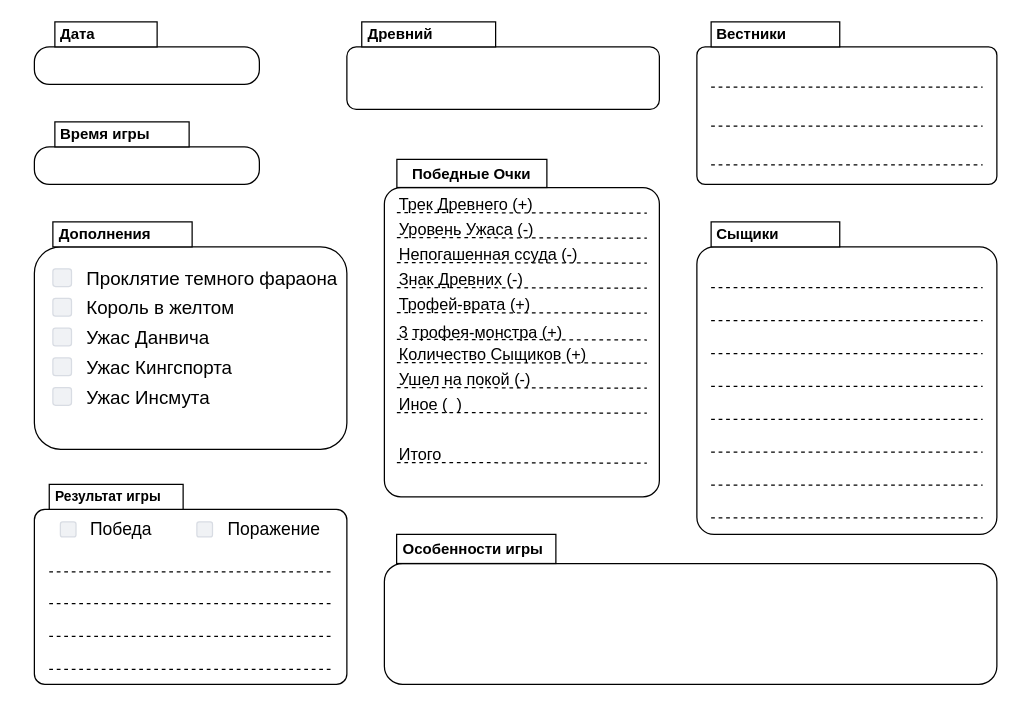
amatskevich/drawio_arkham keeps this draw.io diagram as Arkham_Horror(4).drawio. Above is the earlier version. Source tidied: cells renumbered, new cells numbered last; positions are measured from the earlier drawing's top-left corner, leaving out a move shared by most shapes. Both pictures are drawn from the tidied source at 125%, with x=0, y=0 at pixel (34, 21).
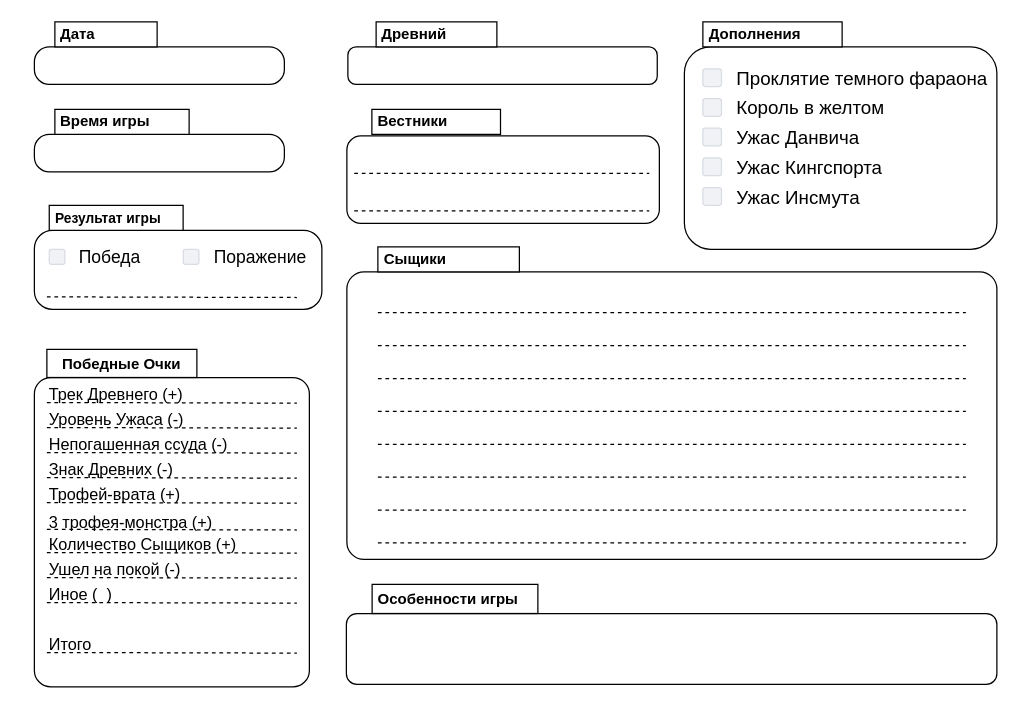
After the change.

Change to the diagram source:
```diff
@@
     <mxCell id="2" style="group;spacingLeft=0;" parent="1" vertex="1">
-      <mxGeometry x="250" width="250" height="70" as="geometry" />
+      <mxGeometry x="240" width="269" height="70" as="geometry" />
     </mxCell>
-    <mxCell id="3" style="rounded=1;whiteSpace=wrap;html=1;" parent="2" vertex="1">
-      <mxGeometry y="20" width="250" height="50" as="geometry" />
+    <mxCell id="3" style="rounded=1;whiteSpace=wrap;html=1;arcSize=22;" parent="2" vertex="1">
+      <mxGeometry x="10.8" y="20" width="247.5" height="30" as="geometry" />
     </mxCell>
     <mxCell id="4" value="&lt;font style=&quot;font-size: 12px&quot;&gt;&lt;b&gt;Древний&lt;br&gt;&lt;/b&gt;&lt;/font&gt;" style="rounded=0;whiteSpace=wrap;html=1;fontSize=11;align=left;spacingLeft=3;" parent="2" vertex="1">
-      <mxGeometry x="11.9" width="107.1" height="20" as="geometry" />
+      <mxGeometry x="33.4" width="96.6" height="20" as="geometry" />
     </mxCell>
     <mxCell id="5" style="group;" parent="1" vertex="1">
-      <mxGeometry y="80" width="180" height="50" as="geometry" />
+      <mxGeometry y="70" width="200" height="50" as="geometry" />
     </mxCell>
     <mxCell id="6" style="rounded=1;whiteSpace=wrap;html=1;arcSize=40;" parent="5" vertex="1">
-      <mxGeometry y="20" width="180" height="30" as="geometry" />
+      <mxGeometry y="20" width="200" height="30" as="geometry" />
     </mxCell>
@@
     <mxCell id="8" style="group;" parent="1" vertex="1">
-      <mxGeometry width="180" height="50" as="geometry" />
+      <mxGeometry width="220" height="50" as="geometry" />
     </mxCell>
     <mxCell id="9" style="rounded=1;whiteSpace=wrap;html=1;arcSize=40;" parent="8" vertex="1">
-      <mxGeometry y="20" width="180" height="30" as="geometry" />
+      <mxGeometry y="20" width="200" height="30" as="geometry" />
     </mxCell>
@@
     <mxCell id="11" style="group;spacingLeft=0;" parent="1" vertex="1">
-      <mxGeometry x="530" y="160" width="240" height="250" as="geometry" />
+      <mxGeometry x="250" y="180" width="520" height="250" as="geometry" />
     </mxCell>
     <mxCell id="12" style="rounded=1;whiteSpace=wrap;html=1;arcSize=6;" parent="11" vertex="1">
-      <mxGeometry y="20" width="240" height="230" as="geometry" />
+      <mxGeometry y="20" width="520" height="230" as="geometry" />
     </mxCell>
     <mxCell id="13" value="&lt;font style=&quot;font-size: 12px&quot;&gt;&lt;b&gt;Сыщики&lt;/b&gt;&lt;/font&gt;" style="rounded=0;whiteSpace=wrap;html=1;fontSize=11;align=left;spacingLeft=3;" parent="11" vertex="1">
-      <mxGeometry x="11.4" width="102.9" height="20" as="geometry" />
+      <mxGeometry x="24.8" width="113.2" height="20" as="geometry" />
     </mxCell>
     <mxCell id="14" style="endArrow=none;dashed=1;html=1;rounded=0;fontSize=12;" parent="11" edge="1">
       <mxGeometry relative="1" as="geometry">
-        <mxPoint x="11.4" y="52.6" as="sourcePoint" />
-        <mxPoint x="228.6" y="52.6" as="targetPoint" />
+        <mxPoint x="24.8" y="52.6" as="sourcePoint" />
+        <mxPoint x="495.2" y="52.6" as="targetPoint" />
       </mxGeometry>
     </mxCell>
     <mxCell id="15" style="endArrow=none;dashed=1;html=1;rounded=0;fontSize=12;" parent="11" edge="1">
       <mxGeometry relative="1" as="geometry">
-        <mxPoint x="11.4" y="78.9" as="sourcePoint" />
-        <mxPoint x="228.6" y="78.9" as="targetPoint" />
+        <mxPoint x="24.8" y="78.9" as="sourcePoint" />
+        <mxPoint x="495.2" y="78.9" as="targetPoint" />
       </mxGeometry>
     </mxCell>
     <mxCell id="16" style="endArrow=none;dashed=1;html=1;rounded=0;fontSize=12;" parent="11" edge="1">
       <mxGeometry relative="1" as="geometry">
-        <mxPoint x="11.4" y="105.3" as="sourcePoint" />
-        <mxPoint x="228.6" y="105.3" as="targetPoint" />
+        <mxPoint x="24.8" y="105.3" as="sourcePoint" />
+        <mxPoint x="495.2" y="105.3" as="targetPoint" />
       </mxGeometry>
     </mxCell>
     <mxCell id="17" style="endArrow=none;dashed=1;html=1;rounded=0;fontSize=12;" parent="11" edge="1">
       <mxGeometry relative="1" as="geometry">
-        <mxPoint x="11.4" y="131.6" as="sourcePoint" />
-        <mxPoint x="228.6" y="131.6" as="targetPoint" />
+        <mxPoint x="24.8" y="131.6" as="sourcePoint" />
+        <mxPoint x="495.2" y="131.6" as="targetPoint" />
       </mxGeometry>
     </mxCell>
     <mxCell id="18" style="endArrow=none;dashed=1;html=1;rounded=0;fontSize=12;" parent="11" edge="1">
       <mxGeometry relative="1" as="geometry">
-        <mxPoint x="11.4" y="157.9" as="sourcePoint" />
-        <mxPoint x="228.6" y="157.9" as="targetPoint" />
+        <mxPoint x="24.8" y="157.9" as="sourcePoint" />
+        <mxPoint x="495.2" y="157.9" as="targetPoint" />
       </mxGeometry>
     </mxCell>
     <mxCell id="19" style="endArrow=none;dashed=1;html=1;rounded=0;fontSize=12;" parent="11" edge="1">
       <mxGeometry relative="1" as="geometry">
-        <mxPoint x="11.4" y="184.2" as="sourcePoint" />
-        <mxPoint x="228.6" y="184.2" as="targetPoint" />
+        <mxPoint x="24.8" y="184.2" as="sourcePoint" />
+        <mxPoint x="495.2" y="184.2" as="targetPoint" />
       </mxGeometry>
     </mxCell>
     <mxCell id="20" style="endArrow=none;dashed=1;html=1;rounded=0;fontSize=12;" parent="11" edge="1">
       <mxGeometry relative="1" as="geometry">
-        <mxPoint x="11.4" y="210.5" as="sourcePoint" />
-        <mxPoint x="228.6" y="210.5" as="targetPoint" />
+        <mxPoint x="24.8" y="210.5" as="sourcePoint" />
+        <mxPoint x="495.2" y="210.5" as="targetPoint" />
       </mxGeometry>
     </mxCell>
     <mxCell id="21" style="endArrow=none;dashed=1;html=1;rounded=0;fontSize=12;" parent="11" edge="1">
       <mxGeometry relative="1" as="geometry">
-        <mxPoint x="11.4" y="236.8" as="sourcePoint" />
-        <mxPoint x="228.6" y="236.8" as="targetPoint" />
+        <mxPoint x="24.8" y="236.8" as="sourcePoint" />
+        <mxPoint x="495.2" y="236.8" as="targetPoint" />
       </mxGeometry>
     </mxCell>
     <mxCell id="22" style="group;" parent="1" vertex="1">
-      <mxGeometry x="270" y="110" width="240" height="270" as="geometry" />
+      <mxGeometry x="-10" y="262" width="240" height="270" as="geometry" />
     </mxCell>
@@
     <mxCell id="56" style="group;" parent="1" vertex="1">
-      <mxGeometry x="280" y="410" width="490" height="120" as="geometry" />
+      <mxGeometry x="260" y="410" width="510" height="120" as="geometry" />
     </mxCell>
     <mxCell id="57" style="rounded=1;whiteSpace=wrap;html=1;" parent="56" vertex="1">
-      <mxGeometry y="23.3" width="490" height="96.7" as="geometry" />
+      <mxGeometry x="-10.4" y="63.3" width="520.4" height="56.7" as="geometry" />
     </mxCell>
     <mxCell id="58" value="&lt;font style=&quot;font-size: 12px&quot;&gt;&lt;b&gt;Особенности игры&lt;br&gt;&lt;/b&gt;&lt;/font&gt;" style="rounded=0;whiteSpace=wrap;html=1;fontSize=11;align=left;spacingLeft=3;" parent="56" vertex="1">
-      <mxGeometry x="9.8" width="127.4" height="23.3" as="geometry" />
+      <mxGeometry x="10.2" y="40" width="132.6" height="23.3" as="geometry" />
     </mxCell>
-    <mxCell id="59" style="group;" parent="1" vertex="1">
-      <mxGeometry y="150" width="250" height="191.9" as="geometry" />
-    </mxCell>
+    <mxCell id="74" style="rounded=1;whiteSpace=wrap;html=1;arcSize=23;" parent="1" vertex="1">
+      <mxGeometry y="166.8" width="230" height="63.2" as="geometry" />
+    </mxCell>
+    <mxCell id="75" value="&lt;b&gt;Результат игры&lt;/b&gt;" style="rounded=0;whiteSpace=wrap;html=1;fontSize=11;align=left;spacingLeft=3;" parent="1" vertex="1">
+      <mxGeometry x="11.9" y="146.8" width="107.1" height="20" as="geometry" />
+    </mxCell>
+    <mxCell id="79" value="&lt;font style=&quot;font-size: 14px&quot;&gt;Победа&lt;/font&gt;" style="rounded=1;fillColor=#F0F2F5;strokeColor=#D8DCE3;align=left;verticalAlign=middle;fontStyle=0;fontSize=12;labelPosition=right;verticalLabelPosition=middle;spacingLeft=10;html=1;shadow=0;dashed=0;" parent="1" vertex="1">
+      <mxGeometry x="11.9" y="181.9" width="12.5" height="12" as="geometry" />
+    </mxCell>
+    <mxCell id="80" value="&lt;font style=&quot;font-size: 14px&quot;&gt;Поражение&lt;/font&gt;" style="rounded=1;fillColor=#F0F2F5;strokeColor=#D8DCE3;align=left;verticalAlign=middle;fontStyle=0;fontSize=12;labelPosition=right;verticalLabelPosition=middle;spacingLeft=10;html=1;shadow=0;dashed=0;" parent="1" vertex="1">
+      <mxGeometry x="119.1" y="181.9" width="12.5" height="12" as="geometry" />
+    </mxCell>
-    <mxCell id="60" style="rounded=1;whiteSpace=wrap;html=1;arcSize=13;" parent="59" vertex="1">
-      <mxGeometry y="30" width="250" height="161.9" as="geometry" />
+    <mxCell id="60" style="rounded=1;whiteSpace=wrap;html=1;arcSize=13;" parent="1" vertex="1">
+      <mxGeometry x="520" y="20" width="250" height="161.9" as="geometry" />
     </mxCell>
-    <mxCell id="61" value="&lt;font style=&quot;font-size: 12px&quot;&gt;&lt;b&gt;Дополнения&lt;/b&gt;&lt;/font&gt;" style="rounded=0;whiteSpace=wrap;html=1;fontSize=11;align=left;spacingLeft=3;" parent="59" vertex="1">
-      <mxGeometry x="14.8" y="10" width="111.4" height="20" as="geometry" />
+    <mxCell id="61" value="&lt;font style=&quot;font-size: 12px&quot;&gt;&lt;b&gt;Дополнения&lt;/b&gt;&lt;/font&gt;" style="rounded=0;whiteSpace=wrap;html=1;fontSize=11;align=left;spacingLeft=3;" parent="1" vertex="1">
+      <mxGeometry x="534.8" width="111.4" height="20" as="geometry" />
     </mxCell>
-    <mxCell id="62" value="Проклятие темного фараона" style="rounded=1;fillColor=#F0F2F5;strokeColor=#D8DCE3;align=left;verticalAlign=middle;fontStyle=0;fontSize=15;labelPosition=right;verticalLabelPosition=middle;spacingLeft=10;html=1;shadow=0;dashed=0;" parent="59" vertex="1">
-      <mxGeometry x="14.8" y="47.5" width="14.9" height="14.2" as="geometry" />
+    <mxCell id="62" value="Проклятие темного фараона" style="rounded=1;fillColor=#F0F2F5;strokeColor=#D8DCE3;align=left;verticalAlign=middle;fontStyle=0;fontSize=15;labelPosition=right;verticalLabelPosition=middle;spacingLeft=10;html=1;shadow=0;dashed=0;" parent="1" vertex="1">
+      <mxGeometry x="534.8" y="37.5" width="14.9" height="14.2" as="geometry" />
     </mxCell>
-    <mxCell id="63" value="Король в желтом" style="rounded=1;fillColor=#F0F2F5;strokeColor=#D8DCE3;align=left;verticalAlign=middle;fontStyle=0;fontSize=15;labelPosition=right;verticalLabelPosition=middle;spacingLeft=10;html=1;shadow=0;dashed=0;" parent="59" vertex="1">
-      <mxGeometry x="14.8" y="71.2" width="14.9" height="14.2" as="geometry" />
+    <mxCell id="63" value="Король в желтом" style="rounded=1;fillColor=#F0F2F5;strokeColor=#D8DCE3;align=left;verticalAlign=middle;fontStyle=0;fontSize=15;labelPosition=right;verticalLabelPosition=middle;spacingLeft=10;html=1;shadow=0;dashed=0;" parent="1" vertex="1">
+      <mxGeometry x="534.8" y="61.3" width="14.9" height="14.2" as="geometry" />
     </mxCell>
-    <mxCell id="64" value="Ужас Данвича" style="rounded=1;fillColor=#F0F2F5;strokeColor=#D8DCE3;align=left;verticalAlign=middle;fontStyle=0;fontSize=15;labelPosition=right;verticalLabelPosition=middle;spacingLeft=10;html=1;shadow=0;dashed=0;" parent="59" vertex="1">
-      <mxGeometry x="14.8" y="95" width="14.9" height="14.2" as="geometry" />
+    <mxCell id="64" value="Ужас Данвича" style="rounded=1;fillColor=#F0F2F5;strokeColor=#D8DCE3;align=left;verticalAlign=middle;fontStyle=0;fontSize=15;labelPosition=right;verticalLabelPosition=middle;spacingLeft=10;html=1;shadow=0;dashed=0;" parent="1" vertex="1">
+      <mxGeometry x="534.8" y="85" width="14.9" height="14.2" as="geometry" />
     </mxCell>
-    <mxCell id="65" value="Ужас Кингспорта" style="rounded=1;fillColor=#F0F2F5;strokeColor=#D8DCE3;align=left;verticalAlign=middle;fontStyle=0;fontSize=15;labelPosition=right;verticalLabelPosition=middle;spacingLeft=10;html=1;shadow=0;dashed=0;" parent="59" vertex="1">
-      <mxGeometry x="14.8" y="118.8" width="14.9" height="14.2" as="geometry" />
+    <mxCell id="65" value="Ужас Кингспорта" style="rounded=1;fillColor=#F0F2F5;strokeColor=#D8DCE3;align=left;verticalAlign=middle;fontStyle=0;fontSize=15;labelPosition=right;verticalLabelPosition=middle;spacingLeft=10;html=1;shadow=0;dashed=0;" parent="1" vertex="1">
+      <mxGeometry x="534.8" y="108.8" width="14.9" height="14.2" as="geometry" />
     </mxCell>
-    <mxCell id="66" value="Ужас Инсмута" style="rounded=1;fillColor=#F0F2F5;strokeColor=#D8DCE3;align=left;verticalAlign=middle;fontStyle=0;fontSize=15;labelPosition=right;verticalLabelPosition=middle;spacingLeft=10;html=1;shadow=0;dashed=0;" parent="59" vertex="1">
-      <mxGeometry x="14.8" y="142.5" width="14.9" height="14.2" as="geometry" />
+    <mxCell id="66" value="Ужас Инсмута" style="rounded=1;fillColor=#F0F2F5;strokeColor=#D8DCE3;align=left;verticalAlign=middle;fontStyle=0;fontSize=15;labelPosition=right;verticalLabelPosition=middle;spacingLeft=10;html=1;shadow=0;dashed=0;" parent="1" vertex="1">
+      <mxGeometry x="534.8" y="132.5" width="14.9" height="14.2" as="geometry" />
     </mxCell>
-    <mxCell id="67" style="group;" parent="1" vertex="1">
-      <mxGeometry x="530" width="240" height="130" as="geometry" />
-    </mxCell>
+    <mxCell id="69" value="&lt;font style=&quot;font-size: 12px&quot;&gt;&lt;b&gt;Вестники&lt;/b&gt;&lt;/font&gt;" style="rounded=0;whiteSpace=wrap;html=1;fontSize=11;align=left;spacingLeft=3;" parent="1" vertex="1">
+      <mxGeometry x="270" y="70" width="102.9" height="20" as="geometry" />
+    </mxCell>
+    <mxCell id="82" style="group;" parent="1" vertex="1">
+      <mxGeometry x="250" y="91.2" width="250" height="70" as="geometry" />
+    </mxCell>
-    <mxCell id="68" style="rounded=1;whiteSpace=wrap;html=1;arcSize=6;" parent="67" vertex="1">
-      <mxGeometry y="20" width="240" height="110" as="geometry" />
+    <mxCell id="68" style="rounded=1;whiteSpace=wrap;html=1;arcSize=16;" parent="82" vertex="1">
+      <mxGeometry width="250" height="70" as="geometry" />
     </mxCell>
-    <mxCell id="69" value="&lt;font style=&quot;font-size: 12px&quot;&gt;&lt;b&gt;Вестники&lt;/b&gt;&lt;/font&gt;" style="rounded=0;whiteSpace=wrap;html=1;fontSize=11;align=left;spacingLeft=3;" parent="67" vertex="1">
-      <mxGeometry x="11.4" width="102.9" height="20" as="geometry" />
-    </mxCell>
-    <mxCell id="70" style="endArrow=none;dashed=1;html=1;rounded=0;fontSize=12;" parent="67" edge="1">
-      <mxGeometry y="-10" as="geometry">
-        <mxPoint x="11.4" y="52.2" as="sourcePoint" />
-        <mxPoint x="228.6" y="52.2" as="targetPoint" />
+    <mxCell id="70" style="endArrow=none;dashed=1;html=1;rounded=0;fontSize=12;" parent="82" edge="1">
+      <mxGeometry x="-6.5" y="-32.2" as="geometry">
+        <mxPoint x="5.9" y="30" as="sourcePoint" />
+        <mxPoint x="241.9" y="30" as="targetPoint" />
       </mxGeometry>
     </mxCell>
-    <mxCell id="71" style="endArrow=none;dashed=1;html=1;rounded=0;fontSize=12;" parent="67" edge="1">
-      <mxGeometry y="-10" as="geometry">
-        <mxPoint x="11.4" y="83.3" as="sourcePoint" />
-        <mxPoint x="228.6" y="83.3" as="targetPoint" />
+    <mxCell id="71" style="endArrow=none;dashed=1;html=1;rounded=0;fontSize=12;" parent="82" edge="1">
+      <mxGeometry x="-6.5" y="-33.3" as="geometry">
+        <mxPoint x="5.9" y="60" as="sourcePoint" />
+        <mxPoint x="241.9" y="60" as="targetPoint" />
       </mxGeometry>
     </mxCell>
-    <mxCell id="72" style="endArrow=none;dashed=1;html=1;rounded=0;fontSize=12;" parent="67" edge="1">
-      <mxGeometry y="-10" as="geometry">
-        <mxPoint x="11.4" y="114.4" as="sourcePoint" />
-        <mxPoint x="228.6" y="114.4" as="targetPoint" />
-      </mxGeometry>
-    </mxCell>
-    <mxCell id="73" style="group;" parent="1" vertex="1">
-      <mxGeometry y="370" width="250" height="160" as="geometry" />
-    </mxCell>
-    <mxCell id="74" style="rounded=1;whiteSpace=wrap;html=1;arcSize=6;" parent="73" vertex="1">
-      <mxGeometry y="20" width="250" height="140" as="geometry" />
-    </mxCell>
-    <mxCell id="75" value="&lt;b&gt;Результат игры&lt;/b&gt;" style="rounded=0;whiteSpace=wrap;html=1;fontSize=11;align=left;spacingLeft=3;" parent="73" vertex="1">
-      <mxGeometry x="11.9" width="107.1" height="20" as="geometry" />
-    </mxCell>
-    <mxCell id="76" style="endArrow=none;dashed=1;html=1;rounded=0;fontSize=12;" parent="73" edge="1">
-      <mxGeometry y="-10" as="geometry">
-        <mxPoint x="11.9" y="95.3" as="sourcePoint" />
-        <mxPoint x="238.1" y="95.3" as="targetPoint" />
-      </mxGeometry>
-    </mxCell>
-    <mxCell id="77" style="endArrow=none;dashed=1;html=1;rounded=0;fontSize=12;" parent="73" edge="1">
-      <mxGeometry y="-10" as="geometry">
-        <mxPoint x="11.9" y="121.6" as="sourcePoint" />
-        <mxPoint x="238.1" y="121.6" as="targetPoint" />
-      </mxGeometry>
-    </mxCell>
-    <mxCell id="78" style="endArrow=none;dashed=1;html=1;rounded=0;fontSize=12;" parent="73" edge="1">
-      <mxGeometry y="-10" as="geometry">
-        <mxPoint x="11.9" y="147.9" as="sourcePoint" />
-        <mxPoint x="238.1" y="147.9" as="targetPoint" />
-      </mxGeometry>
-    </mxCell>
-    <mxCell id="79" value="&lt;font style=&quot;font-size: 14px&quot;&gt;Победа&lt;/font&gt;" style="rounded=1;fillColor=#F0F2F5;strokeColor=#D8DCE3;align=left;verticalAlign=middle;fontStyle=0;fontSize=12;labelPosition=right;verticalLabelPosition=middle;spacingLeft=10;html=1;shadow=0;dashed=0;" parent="73" vertex="1">
-      <mxGeometry x="20.8" y="30" width="12.5" height="12" as="geometry" />
-    </mxCell>
-    <mxCell id="80" value="&lt;font style=&quot;font-size: 14px&quot;&gt;Поражение&lt;/font&gt;" style="rounded=1;fillColor=#F0F2F5;strokeColor=#D8DCE3;align=left;verticalAlign=middle;fontStyle=0;fontSize=12;labelPosition=right;verticalLabelPosition=middle;spacingLeft=10;html=1;shadow=0;dashed=0;" parent="73" vertex="1">
-      <mxGeometry x="130" y="30" width="12.5" height="12" as="geometry" />
-    </mxCell>
-    <mxCell id="81" style="endArrow=none;dashed=1;html=1;rounded=0;fontSize=12;" parent="73" edge="1">
-      <mxGeometry y="-35.3" as="geometry">
-        <mxPoint x="11.9" y="70" as="sourcePoint" />
-        <mxPoint x="238.1" y="70" as="targetPoint" />
-      </mxGeometry>
-    </mxCell>
+    <mxCell id="83" style="endArrow=none;dashed=1;html=1;rounded=0;fontSize=13;exitX=0;exitY=0.75;exitDx=0;exitDy=0;" parent="1" edge="1">
+      <mxGeometry relative="1" as="geometry">
+        <mxPoint x="10" y="220" as="sourcePoint" />
+        <mxPoint x="210" y="220.5" as="targetPoint" />
+      </mxGeometry>
+    </mxCell>
```
